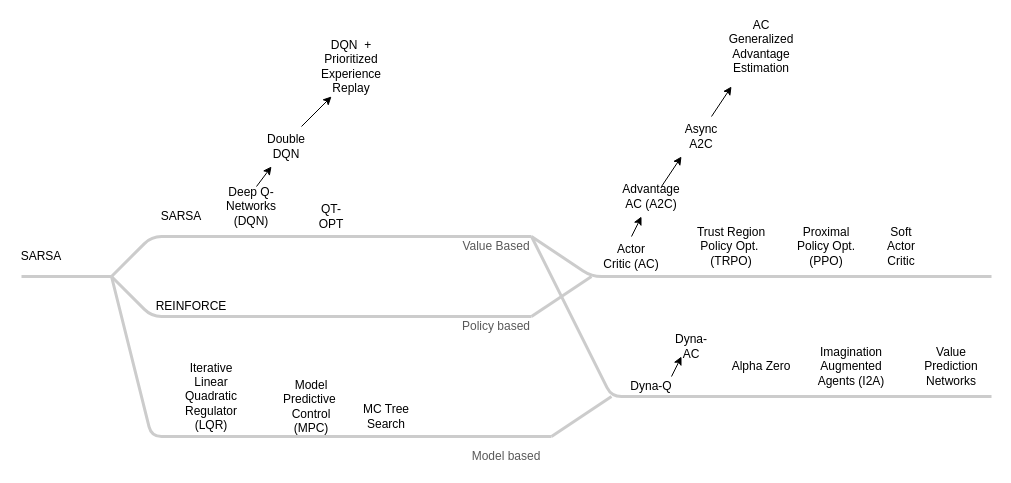
Before: content/docs/lectures/drl/images/drl.drawio in cicyfan/cs-gy-6613-spring-2020, a draw.io diagram. Source tidied: cells renumbered, new cells numbered last; positions are measured from the earlier drawing's top-left corner, leaving out a move shared by most shapes. Both pictures are drawn from the tidied source at 100%, with x=0, y=0 at pixel (21, 36).
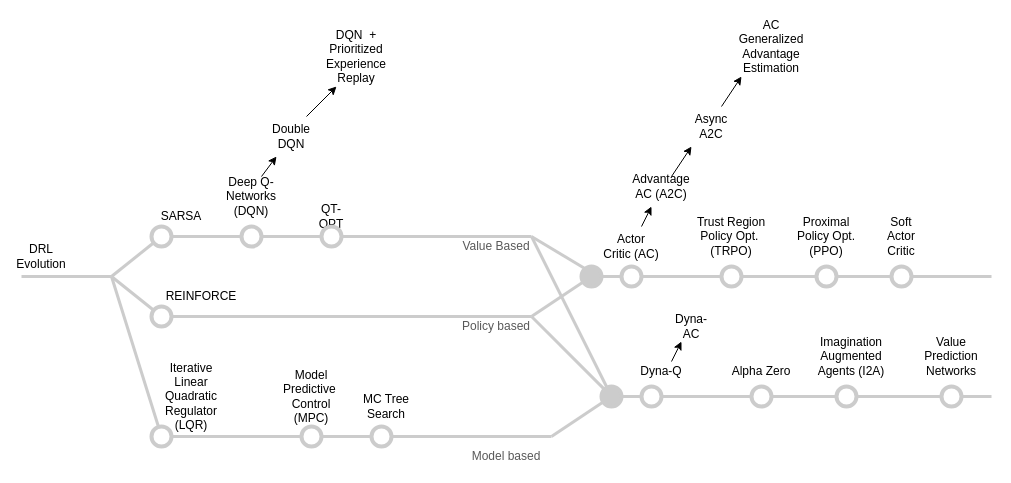
Above is the later version.

The change refers to these unchanged cells:
```xml
<mxCell id="10" value="Value Based&lt;br&gt;" style="text;html=1;strokeColor=none;fillColor=none;align=center;verticalAlign=middle;whiteSpace=wrap;rounded=0;fontColor=#595959;" parent="1" vertex="1">
  <mxGeometry x="440" y="200" width="70" height="20" as="geometry" />
</mxCell>
```

What changed in the source:
```diff
@@
-    <mxCell id="2" style="endArrow=none;html=1;strokeWidth=3;strokeColor=#CCCCCC;labelBackgroundColor=none;fontSize=16;" parent="1" edge="1">
+    <mxCell id="2" style="endArrow=none;html=1;strokeWidth=3;strokeColor=#CCCCCC;labelBackgroundColor=none;fontSize=16;" parent="1" edge="1" source="49">
       <mxGeometry relative="1" as="geometry">
-        <mxPoint x="90" y="240" as="sourcePoint" />
         <mxPoint x="510" y="200" as="targetPoint" />
         <Array as="points">
           <mxPoint x="130" y="200" />
         </Array>
       </mxGeometry>
     </mxCell>
-    <mxCell id="3" style="endArrow=none;html=1;strokeWidth=3;strokeColor=#CCCCCC;labelBackgroundColor=none;fontSize=16;" parent="1" edge="1">
+    <mxCell id="3" style="endArrow=none;html=1;strokeWidth=3;strokeColor=#CCCCCC;labelBackgroundColor=none;fontSize=16;" parent="1" edge="1" source="44">
       <mxGeometry relative="1" as="geometry">
-        <mxPoint x="90" y="240" as="sourcePoint" />
         <mxPoint x="510" y="280" as="targetPoint" />
         <Array as="points">
           <mxPoint x="130" y="280" />
         </Array>
       </mxGeometry>
     </mxCell>
@@
     <mxCell id="5" style="rounded=0;orthogonalLoop=1;jettySize=auto;html=1;fontColor=#595959;" parent="1" edge="1">
       <mxGeometry relative="1" as="geometry">
-        <mxPoint x="235" y="150" as="sourcePoint" />
-        <mxPoint x="250" y="130" as="targetPoint" />
+        <mxPoint x="240" y="140" as="sourcePoint" />
+        <mxPoint x="255" y="120" as="targetPoint" />
       </mxGeometry>
     </mxCell>
     <mxCell id="6" value="Deep Q-Networks&lt;br&gt;(DQN)" style="text;html=1;strokeColor=none;fillColor=none;align=center;verticalAlign=middle;whiteSpace=wrap;rounded=0;" parent="1" vertex="1">
-      <mxGeometry x="210" y="160" width="40" height="20" as="geometry" />
+      <mxGeometry x="210" y="150" width="40" height="20" as="geometry" />
     </mxCell>
     <mxCell id="7" value="Double&lt;br&gt;DQN" style="text;html=1;strokeColor=none;fillColor=none;align=center;verticalAlign=middle;whiteSpace=wrap;rounded=0;" parent="1" vertex="1">
-      <mxGeometry x="245" y="100" width="40" height="20" as="geometry" />
+      <mxGeometry x="250" y="90" width="40" height="20" as="geometry" />
     </mxCell>
     <mxCell id="8" value="DQN&amp;nbsp; + Prioritized Experience Replay" style="text;html=1;strokeColor=none;fillColor=none;align=center;verticalAlign=middle;whiteSpace=wrap;rounded=0;" parent="1" vertex="1">
-      <mxGeometry x="310" y="20" width="40" height="20" as="geometry" />
+      <mxGeometry x="315" y="10" width="40" height="20" as="geometry" />
     </mxCell>
@@
-    <mxCell id="12" style="endArrow=none;html=1;strokeWidth=3;strokeColor=#CCCCCC;labelBackgroundColor=none;fontSize=16;" parent="1" edge="1">
+    <mxCell id="12" style="endArrow=none;html=1;strokeWidth=3;strokeColor=#CCCCCC;labelBackgroundColor=none;fontSize=16;" parent="1" edge="1" source="55">
       <mxGeometry relative="1" as="geometry">
-        <mxPoint x="90" y="240" as="sourcePoint" />
         <mxPoint x="530" y="400" as="targetPoint" />
         <Array as="points">
           <mxPoint x="130" y="400" />
         </Array>
       </mxGeometry>
     </mxCell>
@@
     <mxCell id="15" value="REINFORCE" style="text;html=1;strokeColor=none;fillColor=none;align=center;verticalAlign=middle;whiteSpace=wrap;rounded=0;" parent="1" vertex="1">
-      <mxGeometry x="150" y="260" width="40" height="20" as="geometry" />
+      <mxGeometry x="160" y="250" width="40" height="20" as="geometry" />
     </mxCell>
     <mxCell id="16" value="Iterative Linear Quadratic Regulator (LQR)" style="text;html=1;strokeColor=none;fillColor=none;align=center;verticalAlign=middle;whiteSpace=wrap;rounded=0;" parent="1" vertex="1">
-      <mxGeometry x="170" y="350" width="40" height="20" as="geometry" />
+      <mxGeometry x="150" y="350" width="40" height="20" as="geometry" />
     </mxCell>
     <mxCell id="17" value="Model Predictive&amp;nbsp; Control&lt;br&gt;(MPC)" style="text;html=1;strokeColor=none;fillColor=none;align=center;verticalAlign=middle;whiteSpace=wrap;rounded=0;" parent="1" vertex="1">
-      <mxGeometry x="270" y="360" width="40" height="20" as="geometry" />
+      <mxGeometry x="270" y="350" width="40" height="20" as="geometry" />
     </mxCell>
     <mxCell id="18" value="MC Tree Search" style="text;html=1;strokeColor=none;fillColor=none;align=center;verticalAlign=middle;whiteSpace=wrap;rounded=0;" parent="1" vertex="1">
-      <mxGeometry x="340" y="370" width="50" height="20" as="geometry" />
+      <mxGeometry x="340" y="360" width="50" height="20" as="geometry" />
     </mxCell>
-    <mxCell id="19" style="endArrow=none;html=1;strokeWidth=3;strokeColor=#CCCCCC;labelBackgroundColor=none;fontSize=16;" parent="1" edge="1">
+    <mxCell id="19" style="endArrow=none;html=1;strokeWidth=3;strokeColor=#CCCCCC;labelBackgroundColor=none;fontSize=16;" parent="1" edge="1" source="70">
       <mxGeometry relative="1" as="geometry">
-        <mxPoint x="510" y="200" as="sourcePoint" />
         <mxPoint x="970" y="240" as="targetPoint" />
         <Array as="points">
           <mxPoint x="570" y="240" />
         </Array>
       </mxGeometry>
     </mxCell>
-    <mxCell id="20" style="endArrow=none;html=1;strokeWidth=3;strokeColor=#CCCCCC;labelBackgroundColor=none;fontSize=16;" parent="1" edge="1">
+    <mxCell id="20" style="endArrow=none;html=1;strokeWidth=3;strokeColor=#CCCCCC;labelBackgroundColor=none;fontSize=16;" parent="1" edge="1" source="71">
       <mxGeometry relative="1" as="geometry">
-        <mxPoint x="510" y="280" as="sourcePoint" />
         <mxPoint x="570" y="240" as="targetPoint" />
       </mxGeometry>
     </mxCell>
     <mxCell id="21" value="Actor&lt;br&gt;Critic (AC)" style="text;html=1;strokeColor=none;fillColor=none;align=center;verticalAlign=middle;whiteSpace=wrap;rounded=0;" parent="1" vertex="1">
-      <mxGeometry x="580" y="210" width="60" height="20" as="geometry" />
+      <mxGeometry x="580" y="200" width="60" height="20" as="geometry" />
     </mxCell>
     <mxCell id="22" value="Async A2C" style="text;html=1;strokeColor=none;fillColor=none;align=center;verticalAlign=middle;whiteSpace=wrap;rounded=0;" parent="1" vertex="1">
-      <mxGeometry x="660" y="90" width="40" height="20" as="geometry" />
+      <mxGeometry x="670" y="80" width="40" height="20" as="geometry" />
     </mxCell>
     <mxCell id="23" value="Trust Region Policy Opt.&amp;nbsp;&lt;br&gt;(TRPO)" style="text;html=1;strokeColor=none;fillColor=none;align=center;verticalAlign=middle;whiteSpace=wrap;rounded=0;" parent="1" vertex="1">
-      <mxGeometry x="670" y="200" width="80" height="20" as="geometry" />
+      <mxGeometry x="670" y="190" width="80" height="20" as="geometry" />
     </mxCell>
     <mxCell id="24" value="Proximal Policy Opt.&lt;br&gt;(PPO)" style="text;html=1;strokeColor=none;fillColor=none;align=center;verticalAlign=middle;whiteSpace=wrap;rounded=0;" parent="1" vertex="1">
-      <mxGeometry x="770" y="200" width="70" height="20" as="geometry" />
+      <mxGeometry x="770" y="190" width="70" height="20" as="geometry" />
     </mxCell>
     <mxCell id="25" value="Soft Actor Critic" style="text;html=1;strokeColor=none;fillColor=none;align=center;verticalAlign=middle;whiteSpace=wrap;rounded=0;" parent="1" vertex="1">
-      <mxGeometry x="860" y="200" width="40" height="20" as="geometry" />
+      <mxGeometry x="860" y="190" width="40" height="20" as="geometry" />
     </mxCell>
     <mxCell id="26" value="Advantage AC (A2C)" style="text;html=1;strokeColor=none;fillColor=none;align=center;verticalAlign=middle;whiteSpace=wrap;rounded=0;" parent="1" vertex="1">
-      <mxGeometry x="610" y="150" width="40" height="20" as="geometry" />
+      <mxGeometry x="620" y="140" width="40" height="20" as="geometry" />
     </mxCell>
     <mxCell id="27" style="endArrow=classic;html=1;fontColor=#595959;" parent="1" edge="1">
       <mxGeometry relative="1" as="geometry">
-        <mxPoint x="610" y="200" as="sourcePoint" />
-        <mxPoint x="620" y="180" as="targetPoint" />
+        <mxPoint x="620" y="190" as="sourcePoint" />
+        <mxPoint x="630" y="170" as="targetPoint" />
       </mxGeometry>
     </mxCell>
     <mxCell id="28" style="rounded=0;orthogonalLoop=1;jettySize=auto;html=1;fontColor=#595959;" parent="1" edge="1">
       <mxGeometry relative="1" as="geometry">
-        <mxPoint x="280" y="90" as="sourcePoint" />
-        <mxPoint x="310" y="60" as="targetPoint" />
+        <mxPoint x="285" y="80" as="sourcePoint" />
+        <mxPoint x="315" y="50" as="targetPoint" />
       </mxGeometry>
     </mxCell>
     <mxCell id="29" style="endArrow=classic;html=1;fontColor=#595959;" parent="1" edge="1">
       <mxGeometry relative="1" as="geometry">
-        <mxPoint x="640" y="150" as="sourcePoint" />
-        <mxPoint x="660" y="120" as="targetPoint" />
+        <mxPoint x="650" y="140" as="sourcePoint" />
+        <mxPoint x="670" y="110" as="targetPoint" />
       </mxGeometry>
     </mxCell>
     <mxCell id="30" value="AC Generalized Advantage Estimation" style="text;html=1;strokeColor=none;fillColor=none;align=center;verticalAlign=middle;whiteSpace=wrap;rounded=0;" parent="1" vertex="1">
-      <mxGeometry x="720" width="40" height="20" as="geometry" />
+      <mxGeometry x="730" width="40" height="20" as="geometry" />
     </mxCell>
     <mxCell id="31" style="endArrow=classic;html=1;fontColor=#595959;" parent="1" edge="1">
       <mxGeometry relative="1" as="geometry">
-        <mxPoint x="690" y="80" as="sourcePoint" />
-        <mxPoint x="710" y="50" as="targetPoint" />
+        <mxPoint x="700" y="70" as="sourcePoint" />
+        <mxPoint x="720" y="40" as="targetPoint" />
       </mxGeometry>
     </mxCell>
@@
-    <mxCell id="33" value="SARSA" style="text;html=1;strokeColor=none;fillColor=none;align=center;verticalAlign=middle;whiteSpace=wrap;rounded=0;" parent="1" vertex="1">
+    <mxCell id="33" value="DRL Evolution" style="text;html=1;strokeColor=none;fillColor=none;align=center;verticalAlign=middle;whiteSpace=wrap;rounded=0;" parent="1" vertex="1">
       <mxGeometry y="210" width="40" height="20" as="geometry" />
     </mxCell>
-    <mxCell id="34" style="endArrow=none;html=1;strokeWidth=3;strokeColor=#CCCCCC;labelBackgroundColor=none;fontSize=16;exitX=1;exitY=0;exitDx=0;exitDy=0;" parent="1" edge="1" source="10">
+    <mxCell id="34" style="endArrow=none;html=1;strokeWidth=3;strokeColor=#CCCCCC;labelBackgroundColor=none;fontSize=16;" parent="1" edge="1" source="65">
       <mxGeometry relative="1" as="geometry">
         <mxPoint x="970" y="360" as="targetPoint" />
         <Array as="points">
-          <mxPoint x="590" y="360" />
+          <mxPoint x="580" y="360" />
         </Array>
       </mxGeometry>
     </mxCell>
-    <mxCell id="35" style="endArrow=none;html=1;strokeWidth=3;strokeColor=#CCCCCC;labelBackgroundColor=none;fontSize=16;" parent="1" edge="1">
+    <mxCell id="35" style="endArrow=none;html=1;strokeWidth=3;strokeColor=#CCCCCC;labelBackgroundColor=none;fontSize=16;" parent="1" edge="1" source="68">
       <mxGeometry relative="1" as="geometry">
-        <mxPoint x="530" y="400" as="sourcePoint" />
         <mxPoint x="590" y="360" as="targetPoint" />
       </mxGeometry>
     </mxCell>
     <mxCell id="36" value="Dyna-Q" style="text;html=1;strokeColor=none;fillColor=none;align=center;verticalAlign=middle;whiteSpace=wrap;rounded=0;" parent="1" vertex="1">
-      <mxGeometry x="600" y="340" width="60" height="20" as="geometry" />
+      <mxGeometry x="610" y="325" width="60" height="20" as="geometry" />
     </mxCell>
     <mxCell id="37" value="Dyna-AC" style="text;html=1;strokeColor=none;fillColor=none;align=center;verticalAlign=middle;whiteSpace=wrap;rounded=0;" parent="1" vertex="1">
-      <mxGeometry x="650" y="300" width="40" height="20" as="geometry" />
+      <mxGeometry x="650" y="280" width="40" height="20" as="geometry" />
     </mxCell>
     <mxCell id="38" style="endArrow=classic;html=1;fontColor=#595959;" parent="1" edge="1">
       <mxGeometry relative="1" as="geometry">
-        <mxPoint x="650" y="340" as="sourcePoint" />
-        <mxPoint x="660" y="320" as="targetPoint" />
+        <mxPoint x="650" y="325" as="sourcePoint" />
+        <mxPoint x="660" y="305" as="targetPoint" />
       </mxGeometry>
     </mxCell>
     <mxCell id="39" value="Alpha Zero" style="text;html=1;strokeColor=none;fillColor=none;align=center;verticalAlign=middle;whiteSpace=wrap;rounded=0;" parent="1" vertex="1">
-      <mxGeometry x="700" y="320" width="80" height="20" as="geometry" />
+      <mxGeometry x="700" y="325" width="80" height="20" as="geometry" />
     </mxCell>
     <mxCell id="40" value="Imagination&lt;br&gt;Augmented&lt;br&gt;Agents (I2A)" style="text;html=1;strokeColor=none;fillColor=none;align=center;verticalAlign=middle;whiteSpace=wrap;rounded=0;" parent="1" vertex="1">
-      <mxGeometry x="790" y="320" width="80" height="20" as="geometry" />
+      <mxGeometry x="790" y="310" width="80" height="20" as="geometry" />
     </mxCell>
     <mxCell id="41" value="Value Prediction Networks" style="text;html=1;strokeColor=none;fillColor=none;align=center;verticalAlign=middle;whiteSpace=wrap;rounded=0;" parent="1" vertex="1">
-      <mxGeometry x="890" y="320" width="80" height="20" as="geometry" />
+      <mxGeometry x="890" y="310" width="80" height="20" as="geometry" />
     </mxCell>
+    <mxCell id="42" style="ellipse;whiteSpace=wrap;html=1;fontColor=#595959;strokeColor=#CCCCCC;strokeWidth=4;" parent="1" vertex="1">
+      <mxGeometry x="130" y="190" width="20" height="20" as="geometry" />
+    </mxCell>
+    <mxCell id="43" style="endArrow=none;html=1;strokeWidth=3;strokeColor=#CCCCCC;labelBackgroundColor=none;fontSize=16;" parent="1" edge="1" target="42">
+      <mxGeometry relative="1" as="geometry">
+        <mxPoint x="90" y="240" as="sourcePoint" />
+      </mxGeometry>
+    </mxCell>
+    <mxCell id="44" style="ellipse;whiteSpace=wrap;html=1;fontColor=#595959;strokeColor=#CCCCCC;strokeWidth=4;" parent="1" vertex="1">
+      <mxGeometry x="130" y="270" width="20" height="20" as="geometry" />
+    </mxCell>
+    <mxCell id="45" style="endArrow=none;html=1;strokeWidth=3;strokeColor=#CCCCCC;labelBackgroundColor=none;fontSize=16;" parent="1" edge="1" target="44">
+      <mxGeometry relative="1" as="geometry">
+        <mxPoint x="90" y="240" as="sourcePoint" />
+      </mxGeometry>
+    </mxCell>
+    <mxCell id="46" style="ellipse;whiteSpace=wrap;html=1;fontColor=#595959;strokeColor=#CCCCCC;strokeWidth=4;" parent="1" vertex="1">
+      <mxGeometry x="220" y="190" width="20" height="20" as="geometry" />
+    </mxCell>
+    <mxCell id="47" style="endArrow=none;html=1;strokeWidth=3;strokeColor=#CCCCCC;labelBackgroundColor=none;fontSize=16;" parent="1" edge="1" source="42" target="46">
+      <mxGeometry relative="1" as="geometry" />
+    </mxCell>
+    <mxCell id="48" style="endArrow=none;html=1;strokeWidth=3;strokeColor=#CCCCCC;labelBackgroundColor=none;fontSize=16;" parent="1" edge="1">
+      <mxGeometry relative="1" as="geometry">
+        <mxPoint x="510" y="200" as="sourcePoint" />
+        <mxPoint x="570" y="236" as="targetPoint" />
+      </mxGeometry>
+    </mxCell>
+    <mxCell id="49" style="ellipse;whiteSpace=wrap;html=1;fontColor=#595959;strokeColor=#CCCCCC;strokeWidth=4;" parent="1" vertex="1">
+      <mxGeometry x="300" y="190" width="20" height="20" as="geometry" />
+    </mxCell>
+    <mxCell id="50" style="endArrow=none;html=1;strokeWidth=3;strokeColor=#CCCCCC;labelBackgroundColor=none;fontSize=16;" parent="1" edge="1" source="46" target="49">
+      <mxGeometry relative="1" as="geometry" />
+    </mxCell>
+    <mxCell id="51" style="ellipse;whiteSpace=wrap;html=1;fontColor=#595959;strokeColor=#CCCCCC;strokeWidth=4;" parent="1" vertex="1">
+      <mxGeometry x="130" y="390" width="20" height="20" as="geometry" />
+    </mxCell>
+    <mxCell id="52" style="endArrow=none;html=1;strokeWidth=3;strokeColor=#CCCCCC;labelBackgroundColor=none;fontSize=16;" parent="1" edge="1" target="51">
+      <mxGeometry relative="1" as="geometry">
+        <mxPoint x="90" y="240" as="sourcePoint" />
+      </mxGeometry>
+    </mxCell>
+    <mxCell id="53" style="ellipse;whiteSpace=wrap;html=1;fontColor=#595959;strokeColor=#CCCCCC;strokeWidth=4;" parent="1" vertex="1">
+      <mxGeometry x="280" y="390" width="20" height="20" as="geometry" />
+    </mxCell>
+    <mxCell id="54" style="endArrow=none;html=1;strokeWidth=3;strokeColor=#CCCCCC;labelBackgroundColor=none;fontSize=16;" parent="1" edge="1" source="51" target="53">
+      <mxGeometry relative="1" as="geometry" />
+    </mxCell>
+    <mxCell id="55" style="ellipse;whiteSpace=wrap;html=1;fontColor=#595959;strokeColor=#CCCCCC;strokeWidth=4;" parent="1" vertex="1">
+      <mxGeometry x="350" y="390" width="20" height="20" as="geometry" />
+    </mxCell>
+    <mxCell id="56" style="endArrow=none;html=1;strokeWidth=3;strokeColor=#CCCCCC;labelBackgroundColor=none;fontSize=16;" parent="1" edge="1" source="53" target="55">
+      <mxGeometry relative="1" as="geometry" />
+    </mxCell>
+    <mxCell id="57" style="ellipse;whiteSpace=wrap;html=1;fontColor=#595959;strokeColor=#CCCCCC;strokeWidth=4;" parent="1" vertex="1">
+      <mxGeometry x="620" y="350" width="20" height="20" as="geometry" />
+    </mxCell>
+    <mxCell id="58" style="ellipse;whiteSpace=wrap;html=1;fontColor=#595959;strokeColor=#CCCCCC;strokeWidth=4;" parent="1" vertex="1">
+      <mxGeometry x="700" y="230" width="20" height="20" as="geometry" />
+    </mxCell>
+    <mxCell id="59" style="endArrow=none;html=1;strokeWidth=3;strokeColor=#CCCCCC;labelBackgroundColor=none;fontSize=16;" parent="1" edge="1" source="70" target="58">
+      <mxGeometry relative="1" as="geometry" />
+    </mxCell>
+    <mxCell id="60" style="ellipse;whiteSpace=wrap;html=1;fontColor=#595959;strokeColor=#CCCCCC;strokeWidth=4;" parent="1" vertex="1">
+      <mxGeometry x="870" y="230" width="20" height="20" as="geometry" />
+    </mxCell>
+    <mxCell id="61" style="endArrow=none;html=1;strokeWidth=3;strokeColor=#CCCCCC;labelBackgroundColor=none;fontSize=16;" parent="1" edge="1" source="62" target="60">
+      <mxGeometry relative="1" as="geometry" />
+    </mxCell>
+    <mxCell id="62" style="ellipse;whiteSpace=wrap;html=1;fontColor=#595959;strokeColor=#CCCCCC;strokeWidth=4;" parent="1" vertex="1">
+      <mxGeometry x="795" y="230" width="20" height="20" as="geometry" />
+    </mxCell>
+    <mxCell id="63" style="endArrow=none;html=1;strokeWidth=3;strokeColor=#CCCCCC;labelBackgroundColor=none;fontSize=16;" parent="1" edge="1" source="58" target="62">
+      <mxGeometry relative="1" as="geometry" />
+    </mxCell>
+    <mxCell id="64" style="ellipse;whiteSpace=wrap;html=1;fontColor=#595959;strokeColor=#CCCCCC;strokeWidth=4;" parent="1" vertex="1">
+      <mxGeometry x="730" y="350" width="20" height="20" as="geometry" />
+    </mxCell>
+    <mxCell id="65" style="ellipse;whiteSpace=wrap;html=1;fontColor=#595959;strokeColor=#CCCCCC;strokeWidth=4;" parent="1" vertex="1">
+      <mxGeometry x="815" y="350" width="20" height="20" as="geometry" />
+    </mxCell>
+    <mxCell id="66" style="endArrow=none;html=1;strokeWidth=3;strokeColor=#CCCCCC;labelBackgroundColor=none;fontSize=16;entryX=1;entryY=0;entryDx=0;entryDy=0;" parent="1" edge="1" target="10">
+      <mxGeometry relative="1" as="geometry">
+        <mxPoint x="590" y="360" as="sourcePoint" />
+      </mxGeometry>
+    </mxCell>
+    <mxCell id="67" style="ellipse;whiteSpace=wrap;html=1;fontColor=#595959;strokeColor=#CCCCCC;strokeWidth=4;" parent="1" vertex="1">
+      <mxGeometry x="920" y="350" width="20" height="20" as="geometry" />
+    </mxCell>
+    <mxCell id="68" style="ellipse;whiteSpace=wrap;html=1;fontColor=#595959;strokeColor=#CCCCCC;strokeWidth=4;fillColor=#CCCCCC;" parent="1" vertex="1">
+      <mxGeometry x="580" y="350" width="20" height="20" as="geometry" />
+    </mxCell>
+    <mxCell id="69" style="endArrow=none;html=1;strokeWidth=3;strokeColor=#CCCCCC;labelBackgroundColor=none;fontSize=16;" parent="1" edge="1" target="68">
+      <mxGeometry relative="1" as="geometry">
+        <mxPoint x="530" y="400" as="sourcePoint" />
+      </mxGeometry>
+    </mxCell>
+    <mxCell id="70" style="ellipse;whiteSpace=wrap;html=1;fontColor=#595959;strokeColor=#CCCCCC;strokeWidth=4;" parent="1" vertex="1">
+      <mxGeometry x="600" y="230" width="20" height="20" as="geometry" />
+    </mxCell>
+    <mxCell id="71" style="ellipse;whiteSpace=wrap;html=1;fontColor=#595959;strokeColor=#CCCCCC;strokeWidth=4;fillColor=#CCCCCC;" parent="1" vertex="1">
+      <mxGeometry x="560" y="230" width="20" height="20" as="geometry" />
+    </mxCell>
+    <mxCell id="72" style="endArrow=none;html=1;strokeWidth=3;strokeColor=#CCCCCC;labelBackgroundColor=none;fontSize=16;" parent="1" edge="1" target="71">
+      <mxGeometry relative="1" as="geometry">
+        <mxPoint x="510" y="280" as="sourcePoint" />
+      </mxGeometry>
+    </mxCell>
+    <mxCell id="73" style="endArrow=none;html=1;strokeWidth=3;strokeColor=#CCCCCC;labelBackgroundColor=none;fontSize=16;exitX=0;exitY=0;exitDx=0;exitDy=0;" parent="1" edge="1" source="68">
+      <mxGeometry relative="1" as="geometry">
+        <mxPoint x="510" y="280" as="targetPoint" />
+      </mxGeometry>
+    </mxCell>
```
